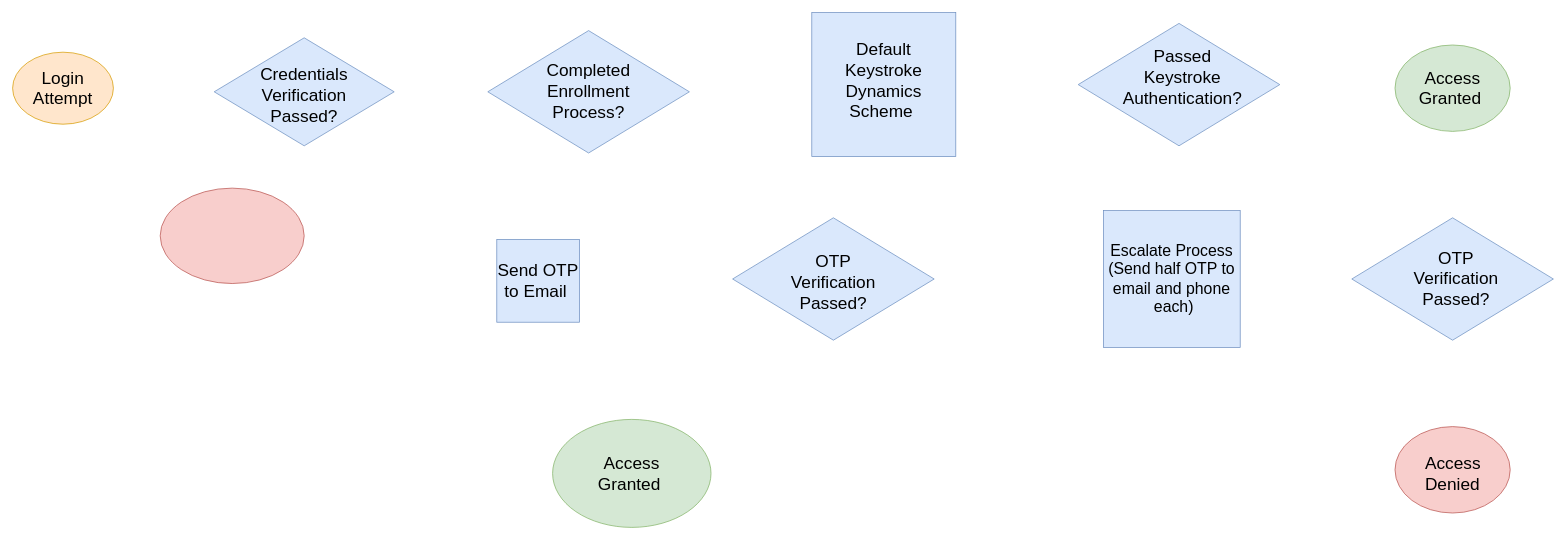
The draw.io diagram images/MFA Explanation Diagram .drawio in mzylberberg/mfa-enforcement-technical-content, before the edit. Source tidied: cells renumbered, new cells numbered last; positions are measured from the earlier drawing's top-left corner, leaving out a move shared by most shapes. Both pictures are drawn from the tidied source at 72%, with x=0, y=0 at pixel (12, 12).
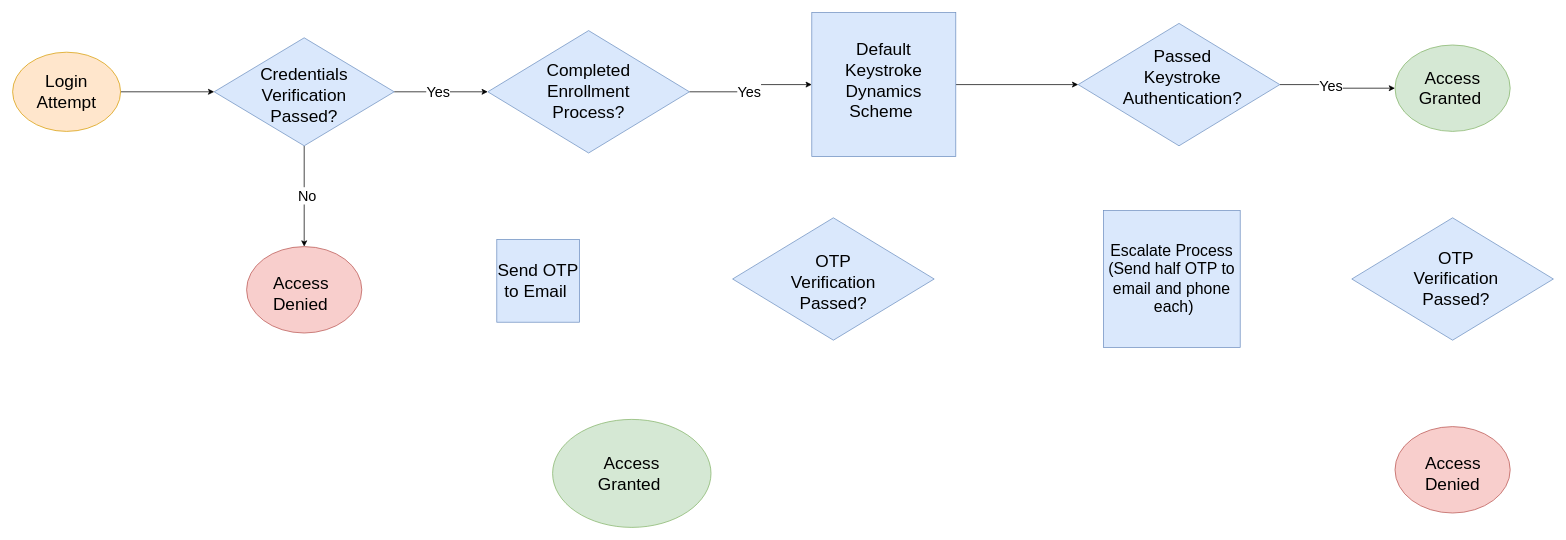
Above is the later version.

The change refers to these unchanged cells:
```xml
<mxCell id="3" style="rhombus;whiteSpace=wrap;html=1;fillColor=#dae8fc;strokeColor=#6c8ebf;" parent="1" vertex="1">
  <mxGeometry x="1480" y="15" width="280" height="170" as="geometry" />
</mxCell>
<mxCell id="5" style="ellipse;whiteSpace=wrap;html=1;fillColor=#d5e8d4;strokeColor=#82b366;" parent="1" vertex="1">
  <mxGeometry x="1920" y="45" width="160" height="120" as="geometry" />
</mxCell>
<mxCell id="19" style="whiteSpace=wrap;html=1;fillColor=#dae8fc;strokeColor=#6c8ebf;" parent="1" vertex="1">
  <mxGeometry x="1110" width="200" height="200" as="geometry" />
</mxCell>
<mxCell id="22" style="rhombus;whiteSpace=wrap;html=1;fillColor=#dae8fc;strokeColor=#6c8ebf;" parent="1" vertex="1">
  <mxGeometry x="660" y="25" width="280" height="170" as="geometry" />
</mxCell>
<mxCell id="24" style="rhombus;whiteSpace=wrap;html=1;fillColor=#dae8fc;strokeColor=#6c8ebf;" parent="1" vertex="1">
  <mxGeometry x="280" y="35" width="250" height="150" as="geometry" />
</mxCell>
```

Diff of the diagram source:
```diff
@@
+    <mxCell id="28" style="edgeStyle=orthogonalEdgeStyle;rounded=0;jettySize=auto;html=1;exitX=1;exitY=0.5;exitDx=0;exitDy=0;entryX=0;entryY=0.5;entryDx=0;entryDy=0;" parent="1" edge="1" source="3" target="5">
+      <mxGeometry relative="1" as="geometry" />
+    </mxCell>
+    <mxCell id="29" value="&lt;font style=&quot;font-size: 20px;&quot;&gt;Yes&lt;/font&gt;" style="edgeLabel;html=1;align=center;verticalAlign=middle;" parent="28" vertex="1">
+      <mxGeometry x="-0.15" y="-1" relative="1" as="geometry" />
+    </mxCell>
@@
+    <mxCell id="30" style="edgeStyle=orthogonalEdgeStyle;rounded=0;jettySize=auto;html=1;exitX=1;exitY=0.5;exitDx=0;exitDy=0;entryX=0;entryY=0.5;entryDx=0;entryDy=0;" parent="1" edge="1" source="4" target="24">
+      <mxGeometry relative="1" as="geometry" />
+    </mxCell>
     <mxCell id="4" style="ellipse;whiteSpace=wrap;html=1;fillColor=#ffe6cc;strokeColor=#d79b00;" parent="1" vertex="1">
-      <mxGeometry y="55" width="140" height="100" as="geometry" />
+      <mxGeometry y="55" width="150" height="110" as="geometry" />
     </mxCell>
@@
+    <mxCell id="31" style="edgeStyle=orthogonalEdgeStyle;rounded=0;jettySize=auto;html=1;entryX=0;entryY=0.5;entryDx=0;entryDy=0;" parent="1" edge="1" source="19" target="3">
+      <mxGeometry relative="1" as="geometry" />
+    </mxCell>
@@
+    <mxCell id="32" style="edgeStyle=orthogonalEdgeStyle;rounded=0;jettySize=auto;html=1;entryX=0;entryY=0.5;entryDx=0;entryDy=0;" parent="1" edge="1" source="22" target="19">
+      <mxGeometry relative="1" as="geometry" />
+    </mxCell>
+    <mxCell id="33" value="&lt;font style=&quot;font-size: 20px;&quot;&gt;Yes&lt;/font&gt;" style="edgeLabel;html=1;align=center;verticalAlign=middle;" parent="32" vertex="1">
+      <mxGeometry x="-0.09" y="1" relative="1" as="geometry" />
+    </mxCell>
@@
+    <mxCell id="34" style="edgeStyle=orthogonalEdgeStyle;rounded=0;jettySize=auto;html=1;exitX=1;exitY=0.5;exitDx=0;exitDy=0;entryX=0;entryY=0.5;entryDx=0;entryDy=0;" parent="1" edge="1" source="24" target="22">
+      <mxGeometry relative="1" as="geometry" />
+    </mxCell>
+    <mxCell id="35" value="&lt;font style=&quot;font-size: 20px;&quot;&gt;Yes&lt;/font&gt;" style="edgeLabel;html=1;align=center;verticalAlign=middle;" parent="34" vertex="1">
+      <mxGeometry x="-0.08" y="1" relative="1" as="geometry" />
+    </mxCell>
+    <mxCell id="36" style="edgeStyle=orthogonalEdgeStyle;rounded=0;jettySize=auto;html=1;entryX=0.5;entryY=0;entryDx=0;entryDy=0;" parent="1" edge="1" source="24" target="38">
+      <mxGeometry relative="1" as="geometry" />
+    </mxCell>
+    <mxCell id="37" value="&lt;font style=&quot;font-size: 20px;&quot;&gt;No&lt;/font&gt;" style="edgeLabel;html=1;align=center;verticalAlign=middle;" parent="36" vertex="1">
+      <mxGeometry x="-0.03" y="3" relative="1" as="geometry" />
+    </mxCell>
@@
-    <mxCell id="26" style="ellipse;whiteSpace=wrap;html=1;fillColor=#f8cecc;strokeColor=#b85450;" parent="1" vertex="1">
-      <mxGeometry x="205" y="243.8" width="200" height="132.5" as="geometry" />
-    </mxCell>
     <mxCell id="27" value="&lt;font style=&quot;font-size: 24px;&quot;&gt;Login Attempt&lt;/font&gt;" style="text;html=1;whiteSpace=wrap;strokeColor=none;fillColor=none;align=center;verticalAlign=middle;rounded=0;" parent="1" vertex="1">
-      <mxGeometry x="40" y="90" width="60" height="30" as="geometry" />
+      <mxGeometry x="45" y="95" width="60" height="30" as="geometry" />
     </mxCell>
+    <mxCell id="38" style="ellipse;whiteSpace=wrap;html=1;fillColor=#f8cecc;strokeColor=#b85450;" parent="1" vertex="1">
+      <mxGeometry x="325" y="325" width="160" height="120" as="geometry" />
+    </mxCell>
+    <mxCell id="39" value="&lt;span style=&quot;caret-color: rgb(0, 0, 0); color: rgb(0, 0, 0); font-family: Helvetica; font-style: normal; font-variant-caps: normal; font-weight: 400; letter-spacing: normal; text-align: center; text-indent: 0px; text-transform: none; white-space: normal; word-spacing: 0px; -webkit-text-stroke-width: 0px; text-decoration: none; float: none; display: inline !important;&quot;&gt;&lt;font style=&quot;font-size: 24px;&quot;&gt;Access Denied&lt;/font&gt;&lt;/span&gt;" style="text;whiteSpace=wrap;html=1;" parent="1" vertex="1">
+      <mxGeometry x="360" y="355" width="90" height="60" as="geometry" />
+    </mxCell>
```
